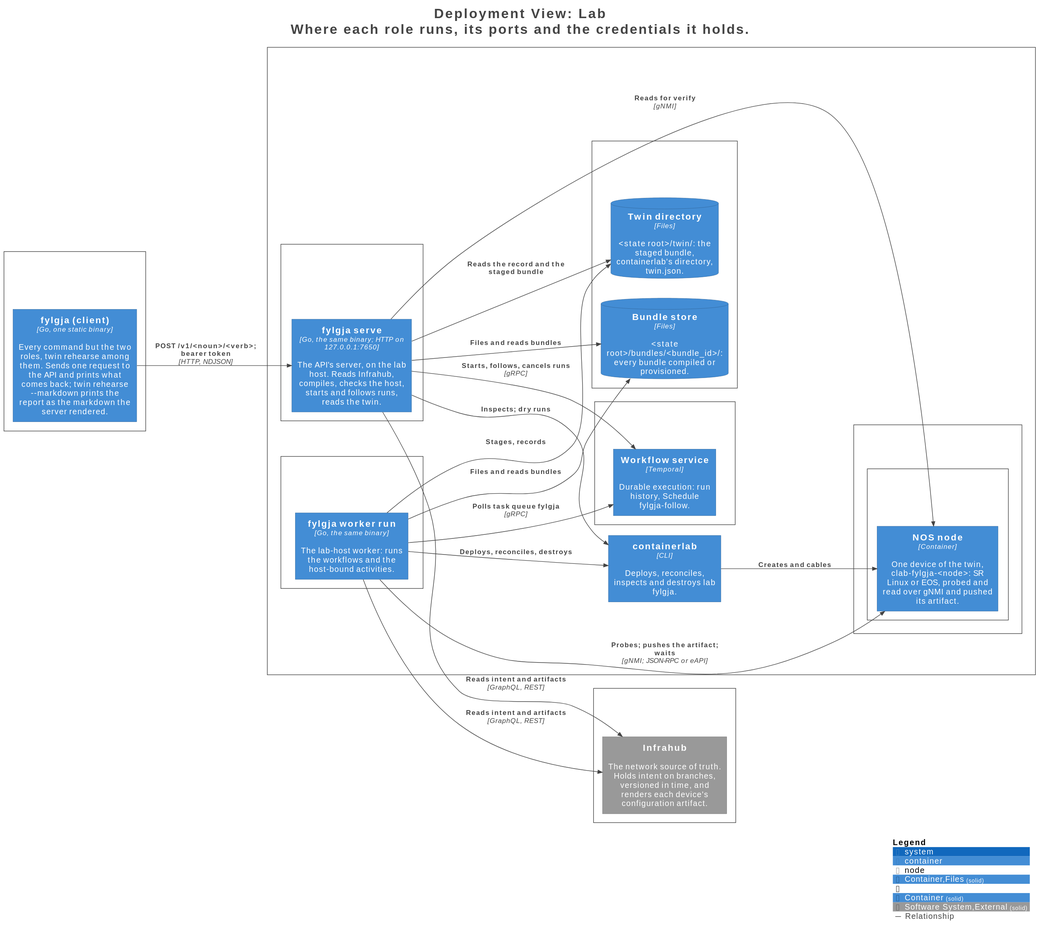
This is docs/c4/structurizr-Deployment.svg from happypathnetworking/fylgja, a PlantUML export, as it was before one commit.
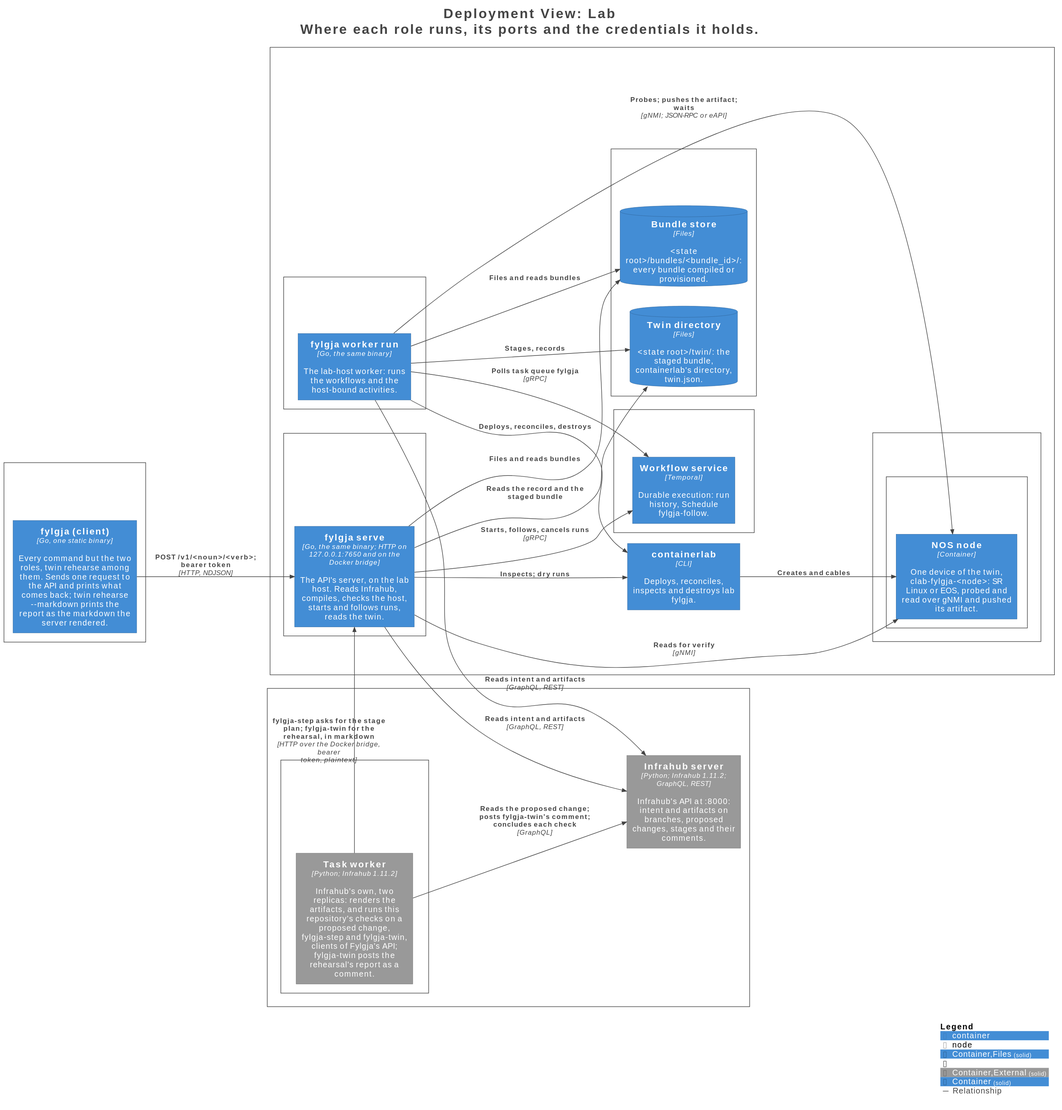
The same file after the commit.

Commit message:
docs(c4): Infrahub's task worker runs the checks against the server on the bridge

What changed in the source:
```diff
@@ -18,20 +18,20 @@
 
 AddElementTag("Container,Files", $bgColor="#438dd5", $borderColor="#2e6295", $fontColor="#ffffff", $sprite="", $shadowing="", $borderStyle="solid")
 AddElementTag("Element", $bgColor="#ffffff", $borderColor="#444444", $fontColor="#ffffff", $sprite="", $shadowing="", $borderStyle="solid")
+AddElementTag("Container,External", $bgColor="#999999", $borderColor="#6b6b6b", $fontColor="#ffffff", $sprite="", $shadowing="", $borderStyle="solid")
 AddElementTag("Container", $bgColor="#438dd5", $borderColor="#2e6295", $fontColor="#ffffff", $sprite="", $shadowing="", $borderStyle="solid")
-AddElementTag("Software System,External", $bgColor="#999999", $borderColor="#6b6b6b", $fontColor="#ffffff", $sprite="", $shadowing="", $borderStyle="solid")
 
 AddRelTag("Relationship", $textColor="#444444", $lineColor="#444444", $lineStyle = "")
-
-Deployment_Node(Lab.Infrahubhost, "Infrahub host", $type="", $descr="Docker Compose, :8000; may be the lab host", $tags="Element", $link="") {
-  System(Lab.Infrahubhost.Infrahub_1, "Infrahub", $descr="The network source of truth. Holds intent on branches, versioned in time, and renders each device's configuration artifact.", $tags="Software System,External", $link="")
-}
 
 Deployment_Node(Lab.Operatorsmachine, "Operator's machine", $type="", $descr="FYLGJA_API_TOKEN; FYLGJA_API_ADDRESS, or an SSH tunnel to the lab host", $tags="Element", $link="") {
   Container(Lab.Operatorsmachine.fylgjaclient_1, "fylgja (client)", $techn="Go, one static binary", $descr="Every command but the two roles, twin rehearse among them. Sends one request to the API and prints what comes back; twin rehearse --markdown prints the report as the markdown the server rendered.", $tags="Container", $link="")
 }
 
 Deployment_Node(Lab.Labhost, "Lab host", $type="", $descr="Ubuntu, Docker, containerlab, the NOS images", $tags="Element", $link="") {
+  Deployment_Node(Lab.Labhost.fylgjaserve, "fylgja serve", $type="process", $descr="127.0.0.1:7650, and 172.17.0.1:7650 on docker0, the Docker bridge, in plaintext; FYLGJA_API_TOKEN, INFRAHUB_API_TOKEN, both node logins", $tags="Element", $link="") {
+    Container(Lab.Labhost.fylgjaserve.fylgjaserve_1, "fylgja serve", $techn="Go, the same binary; HTTP on 127.0.0.1:7650 and on the Docker bridge", $descr="The API's server, on the lab host. Reads Infrahub, compiles, checks the host, starts and follows runs, reads the twin.", $tags="Container", $link="")
+  }
+
   Deployment_Node(Lab.Labhost.fylgjaworkerrun, "fylgja worker run", $type="process", $descr="INFRAHUB_API_TOKEN, both node logins; no API token", $tags="Element", $link="") {
     Container(Lab.Labhost.fylgjaworkerrun.fylgjaworkerrun_1, "fylgja worker run", $techn="Go, the same binary", $descr="The lab-host worker: runs the workflows and the host-bound activities.", $tags="Container", $link="")
   }
@@ -53,8 +53,12 @@
 
   }
 
-  Deployment_Node(Lab.Labhost.fylgjaserve, "fylgja serve", $type="process", $descr="127.0.0.1:7650; FYLGJA_API_TOKEN, INFRAHUB_API_TOKEN, both node logins", $tags="Element", $link="") {
-    Container(Lab.Labhost.fylgjaserve.fylgjaserve_1, "fylgja serve", $techn="Go, the same binary; HTTP on 127.0.0.1:7650", $descr="The API's server, on the lab host. Reads Infrahub, compiles, checks the host, starts and follows runs, reads the twin.", $tags="Container", $link="")
+}
+
+Deployment_Node(Lab.Infrahubhost, "Infrahub host", $type="", $descr="Docker Compose, project fylgja-infrahub; the lab host, for its task workers to reach the API on the bridge", $tags="Element", $link="") {
+  Container(Lab.Infrahubhost.Infrahubserver_1, "Infrahub server", $techn="Python; Infrahub 1.11.2; GraphQL, REST", $descr="Infrahub's API at :8000: intent and artifacts on branches, proposed changes, stages and their comments.", $tags="Container,External", $link="")
+  Deployment_Node(Lab.Infrahubhost.taskworker, "task-worker (x2)", $type="container", $descr="host.docker.internal:7650, docker0's address by the Compose override's host-gateway entry; FYLGJA_API_ADDRESS and FYLGJA_API_TOKEN from the override", $tags="Element", $link="") {
+    Container(Lab.Infrahubhost.taskworker.Taskworker_1, "Task worker", $techn="Python; Infrahub 1.11.2", $descr="Infrahub's own, two replicas: renders the artifacts, and runs this repository's checks on a proposed change, fylgja-step and fylgja-twin, clients of Fylgja's API; fylgja-twin posts the rehearsal's report as a comment.", $tags="Container,External", $link="")
   }
 
 }
@@ -71,8 +75,10 @@
 Rel(Lab.Labhost.fylgjaserve.fylgjaserve_1, Lab.Labhost.Docker.Labfylgja.NOSnode_1, "Reads for verify", $techn="gNMI", $tags="Relationship", $link="")
 Rel(Lab.Labhost.fylgjaworkerrun.fylgjaworkerrun_1, Lab.Labhost.Docker.Labfylgja.NOSnode_1, "Probes; pushes the artifact; waits", $techn="gNMI; JSON-RPC or eAPI", $tags="Relationship", $link="")
 Rel(Lab.Labhost.containerlab_1, Lab.Labhost.Docker.Labfylgja.NOSnode_1, "Creates and cables", $techn="", $tags="Relationship", $link="")
-Rel(Lab.Labhost.fylgjaserve.fylgjaserve_1, Lab.Infrahubhost.Infrahub_1, "Reads intent and artifacts", $techn="GraphQL, REST", $tags="Relationship", $link="")
-Rel(Lab.Labhost.fylgjaworkerrun.fylgjaworkerrun_1, Lab.Infrahubhost.Infrahub_1, "Reads intent and artifacts", $techn="GraphQL, REST", $tags="Relationship", $link="")
+Rel(Lab.Labhost.fylgjaserve.fylgjaserve_1, Lab.Infrahubhost.Infrahubserver_1, "Reads intent and artifacts", $techn="GraphQL, REST", $tags="Relationship", $link="")
+Rel(Lab.Labhost.fylgjaworkerrun.fylgjaworkerrun_1, Lab.Infrahubhost.Infrahubserver_1, "Reads intent and artifacts", $techn="GraphQL, REST", $tags="Relationship", $link="")
+Rel(Lab.Infrahubhost.taskworker.Taskworker_1, Lab.Labhost.fylgjaserve.fylgjaserve_1, "fylgja-step asks for the stage plan; fylgja-twin for the rehearsal, in markdown", $techn="HTTP over the Docker bridge, bearer token, plaintext", $tags="Relationship", $link="")
+Rel(Lab.Infrahubhost.taskworker.Taskworker_1, Lab.Infrahubhost.Infrahubserver_1, "Reads the proposed change; posts fylgja-twin's comment; concludes each check", $techn="GraphQL", $tags="Relationship", $link="")
 
 SHOW_LEGEND(true)
 hide stereotypes
```
